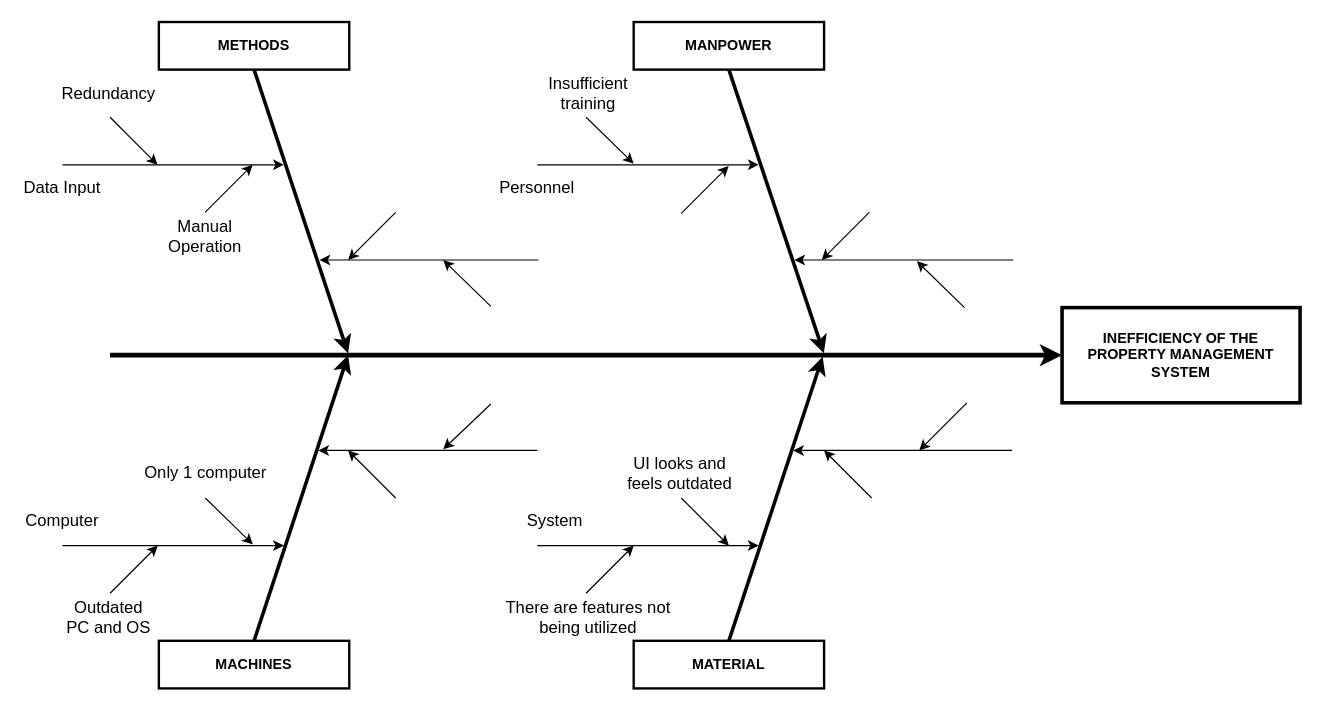
The draw.io diagram Ishikawa2.drawio in doyaoencab/draw.io, before the edit. Source tidied: cells renumbered, new cells numbered last; positions are measured from the earlier drawing's top-left corner, leaving out a move shared by most shapes. Both pictures are drawn from the tidied source at 119%, with x=0, y=0 at pixel (20, 21).
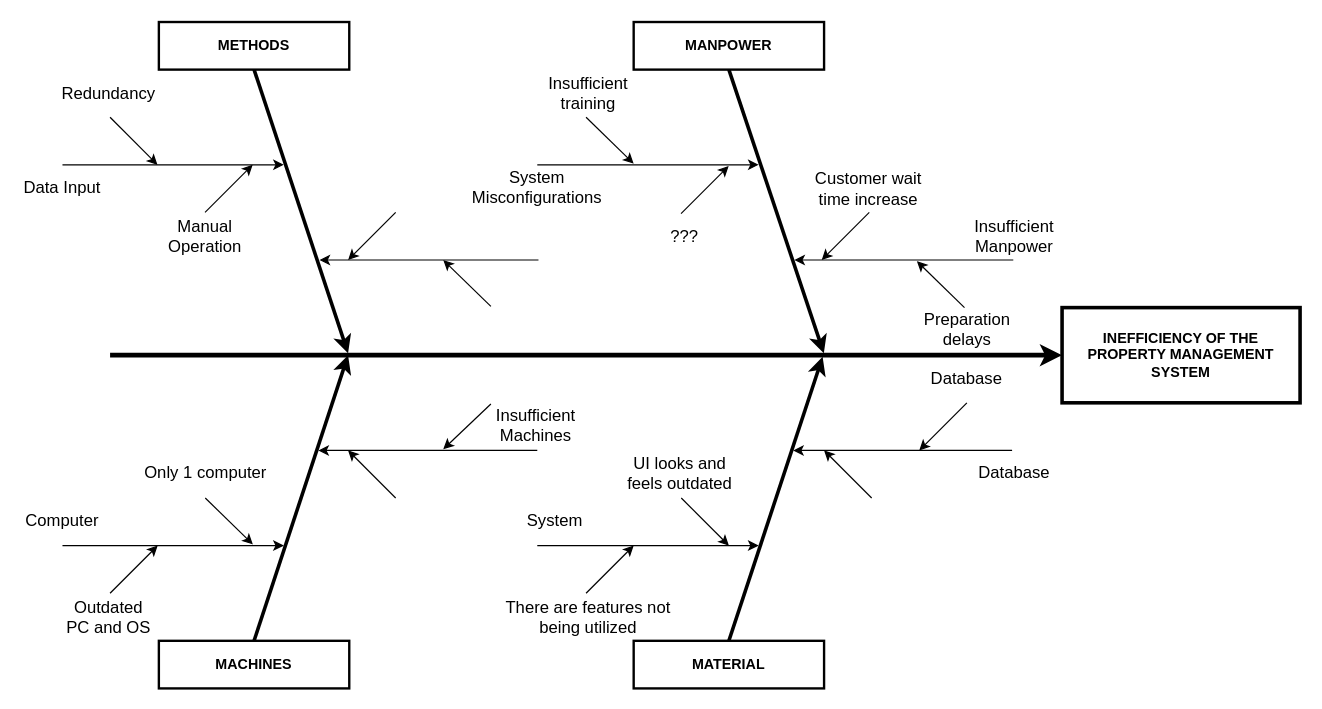
After the change.

Change to the diagram source:
```diff
@@
-    <mxCell id="45" value="&lt;span style=&quot;font-size: 14px;&quot;&gt;Personnel&lt;/span&gt;" style="text;strokeColor=none;align=center;fillColor=none;html=1;verticalAlign=middle;whiteSpace=wrap;rounded=0;" parent="1" vertex="1">
+    <mxCell id="45" value="&lt;span style=&quot;font-size: 14px;&quot;&gt;System Misconfigurations&lt;/span&gt;" style="text;strokeColor=none;align=center;fillColor=none;html=1;verticalAlign=middle;whiteSpace=wrap;rounded=0;" parent="1" vertex="1">
       <mxGeometry x="399" y="124" width="70" height="30" as="geometry" />
     </mxCell>
@@
+    <mxCell id="47" value="&lt;font style=&quot;font-size: 14px;&quot;&gt;???&lt;/font&gt;" style="text;strokeColor=none;align=center;fillColor=none;html=1;verticalAlign=middle;whiteSpace=wrap;rounded=0;" parent="1" vertex="1">
+      <mxGeometry x="528" y="165" width="60" height="30" as="geometry" />
+    </mxCell>
+    <mxCell id="48" value="&lt;font style=&quot;font-size: 14px;&quot;&gt;Database&lt;/font&gt;" style="text;strokeColor=none;align=center;fillColor=none;html=1;verticalAlign=middle;whiteSpace=wrap;rounded=0;" parent="1" vertex="1">
+      <mxGeometry x="805" y="364" width="60" height="30" as="geometry" />
+    </mxCell>
+    <mxCell id="49" value="&lt;font style=&quot;font-size: 14px;&quot;&gt;Database&lt;/font&gt;" style="text;strokeColor=none;align=center;fillColor=none;html=1;verticalAlign=middle;whiteSpace=wrap;rounded=0;" parent="1" vertex="1">
+      <mxGeometry x="765" y="285" width="60" height="30" as="geometry" />
+    </mxCell>
+    <mxCell id="50" value="&lt;span style=&quot;font-size: 14px;&quot;&gt;Insufficient Manpower&lt;/span&gt;" style="text;strokeColor=none;align=center;fillColor=none;html=1;verticalAlign=middle;whiteSpace=wrap;rounded=0;" parent="1" vertex="1">
+      <mxGeometry x="800" y="165" width="70" height="30" as="geometry" />
+    </mxCell>
+    <mxCell id="51" value="&lt;span style=&quot;font-size: 14px;&quot;&gt;Customer wait time increase&lt;/span&gt;" style="text;strokeColor=none;align=center;fillColor=none;html=1;verticalAlign=middle;whiteSpace=wrap;rounded=0;" parent="1" vertex="1">
+      <mxGeometry x="659" y="125" width="107" height="30" as="geometry" />
+    </mxCell>
+    <mxCell id="52" value="&lt;span style=&quot;font-size: 14px;&quot;&gt;Preparation delays&lt;/span&gt;" style="text;strokeColor=none;align=center;fillColor=none;html=1;verticalAlign=middle;whiteSpace=wrap;rounded=0;" parent="1" vertex="1">
+      <mxGeometry x="741.5" y="243" width="107" height="30" as="geometry" />
+    </mxCell>
+    <mxCell id="53" value="&lt;font style=&quot;font-size: 14px;&quot;&gt;Insufficient Machines&lt;/font&gt;" style="text;strokeColor=none;align=center;fillColor=none;html=1;verticalAlign=middle;whiteSpace=wrap;rounded=0;" parent="1" vertex="1">
+      <mxGeometry x="403" y="324" width="60" height="30" as="geometry" />
+    </mxCell>
```
